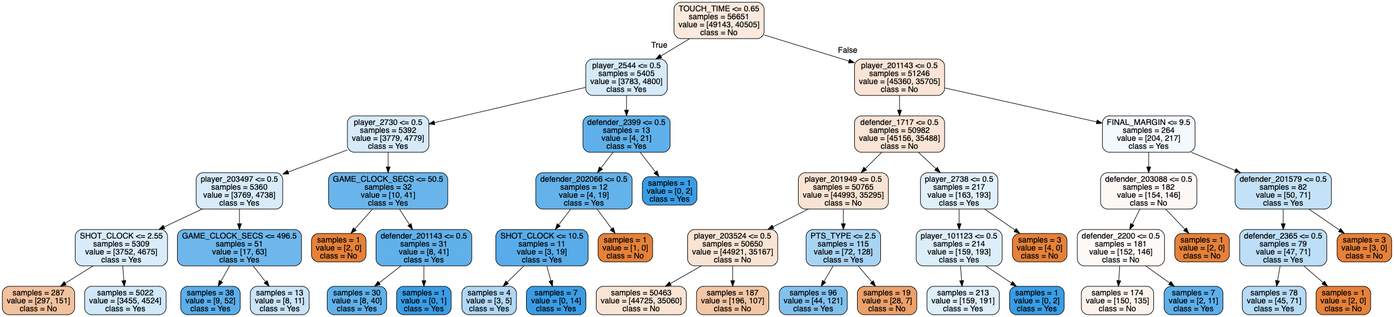
tianyi5309/303project keeps this Graphviz diagram as forest_tree_new8.png. Above is the earlier version. Its source is kept beside it as forest_tree_new8.dot. The source it was exported from:
```dot
digraph Tree {
node [shape=box, style="filled, rounded", color="black", fontname=helvetica] ;
edge [fontname=helvetica] ;
0 [label="TOUCH_TIME <= 0.65\nsamples = 56651\nvalue = [49143, 40505]\nclass = No", fillcolor="#fae9dc"] ;
1 [label="player_2544 <= 0.5\nsamples = 5405\nvalue = [3783, 4800]\nclass = Yes", fillcolor="#d5eaf9"] ;
0 -> 1 [labeldistance=2.5, labelangle=45, headlabel="True"] ;
2 [label="player_2730 <= 0.5\nsamples = 5392\nvalue = [3779, 4779]\nclass = Yes", fillcolor="#d6eafa"] ;
1 -> 2 ;
3 [label="player_203497 <= 0.5\nsamples = 5360\nvalue = [3769, 4738]\nclass = Yes", fillcolor="#d7ebfa"] ;
2 -> 3 ;
4 [label="SHOT_CLOCK <= 2.55\nsamples = 5309\nvalue = [3752, 4675]\nclass = Yes", fillcolor="#d8ecfa"] ;
3 -> 4 ;
5 [label="samples = 287\nvalue = [297, 151]\nclass = No", fillcolor="#f2c19e"] ;
4 -> 5 ;
6 [label="samples = 5022\nvalue = [3455, 4524]\nclass = Yes", fillcolor="#d0e8f9"] ;
4 -> 6 ;
7 [label="GAME_CLOCK_SECS <= 496.5\nsamples = 51\nvalue = [17, 63]\nclass = Yes", fillcolor="#6eb7ec"] ;
3 -> 7 ;
8 [label="samples = 38\nvalue = [9, 52]\nclass = Yes", fillcolor="#5baeea"] ;
7 -> 8 ;
9 [label="samples = 13\nvalue = [8, 11]\nclass = Yes", fillcolor="#c9e4f8"] ;
7 -> 9 ;
10 [label="GAME_CLOCK_SECS <= 50.5\nsamples = 32\nvalue = [10, 41]\nclass = Yes", fillcolor="#69b5eb"] ;
2 -> 10 ;
11 [label="samples = 1\nvalue = [2, 0]\nclass = No", fillcolor="#e58139"] ;
10 -> 11 ;
12 [label="defender_201143 <= 0.5\nsamples = 31\nvalue = [8, 41]\nclass = Yes", fillcolor="#60b0ea"] ;
10 -> 12 ;
13 [label="samples = 30\nvalue = [8, 40]\nclass = Yes", fillcolor="#61b1ea"] ;
12 -> 13 ;
14 [label="samples = 1\nvalue = [0, 1]\nclass = Yes", fillcolor="#399de5"] ;
12 -> 14 ;
15 [label="defender_2399 <= 0.5\nsamples = 13\nvalue = [4, 21]\nclass = Yes", fillcolor="#5fb0ea"] ;
1 -> 15 ;
16 [label="defender_202066 <= 0.5\nsamples = 12\nvalue = [4, 19]\nclass = Yes", fillcolor="#63b2ea"] ;
15 -> 16 ;
17 [label="SHOT_CLOCK <= 10.5\nsamples = 11\nvalue = [3, 19]\nclass = Yes", fillcolor="#58ace9"] ;
16 -> 17 ;
18 [label="samples = 4\nvalue = [3, 5]\nclass = Yes", fillcolor="#b0d8f5"] ;
17 -> 18 ;
19 [label="samples = 7\nvalue = [0, 14]\nclass = Yes", fillcolor="#399de5"] ;
17 -> 19 ;
20 [label="samples = 1\nvalue = [1, 0]\nclass = No", fillcolor="#e58139"] ;
16 -> 20 ;
21 [label="samples = 1\nvalue = [0, 2]\nclass = Yes", fillcolor="#399de5"] ;
15 -> 21 ;
22 [label="player_201143 <= 0.5\nsamples = 51246\nvalue = [45360, 35705]\nclass = No", fillcolor="#f9e4d5"] ;
0 -> 22 [labeldistance=2.5, labelangle=-45, headlabel="False"] ;
23 [label="defender_1717 <= 0.5\nsamples = 50982\nvalue = [45156, 35488]\nclass = No", fillcolor="#f9e4d5"] ;
22 -> 23 ;
24 [label="player_201949 <= 0.5\nsamples = 50765\nvalue = [44993, 35295]\nclass = No", fillcolor="#f9e4d4"] ;
23 -> 24 ;
25 [label="player_203524 <= 0.5\nsamples = 50650\nvalue = [44921, 35167]\nclass = No", fillcolor="#f9e4d4"] ;
24 -> 25 ;
26 [label="samples = 50463\nvalue = [44725, 35060]\nclass = No", fillcolor="#f9e4d4"] ;
25 -> 26 ;
27 [label="samples = 187\nvalue = [196, 107]\nclass = No", fillcolor="#f3c6a5"] ;
25 -> 27 ;
28 [label="PTS_TYPE <= 2.5\nsamples = 115\nvalue = [72, 128]\nclass = Yes", fillcolor="#a8d4f4"] ;
24 -> 28 ;
29 [label="samples = 96\nvalue = [44, 121]\nclass = Yes", fillcolor="#81c1ee"] ;
28 -> 29 ;
30 [label="samples = 19\nvalue = [28, 7]\nclass = No", fillcolor="#eca06a"] ;
28 -> 30 ;
31 [label="player_2738 <= 0.5\nsamples = 217\nvalue = [163, 193]\nclass = Yes", fillcolor="#e0f0fb"] ;
23 -> 31 ;
32 [label="player_101123 <= 0.5\nsamples = 214\nvalue = [159, 193]\nclass = Yes", fillcolor="#dceefa"] ;
31 -> 32 ;
33 [label="samples = 213\nvalue = [159, 191]\nclass = Yes", fillcolor="#deeffb"] ;
32 -> 33 ;
34 [label="samples = 1\nvalue = [0, 2]\nclass = Yes", fillcolor="#399de5"] ;
32 -> 34 ;
35 [label="samples = 3\nvalue = [4, 0]\nclass = No", fillcolor="#e58139"] ;
31 -> 35 ;
36 [label="FINAL_MARGIN <= 9.5\nsamples = 264\nvalue = [204, 217]\nclass = Yes", fillcolor="#f3f9fd"] ;
22 -> 36 ;
37 [label="defender_203088 <= 0.5\nsamples = 182\nvalue = [154, 146]\nclass = No", fillcolor="#fef8f5"] ;
36 -> 37 ;
38 [label="defender_2200 <= 0.5\nsamples = 181\nvalue = [152, 146]\nclass = No", fillcolor="#fefaf7"] ;
37 -> 38 ;
39 [label="samples = 174\nvalue = [150, 135]\nclass = No", fillcolor="#fcf2eb"] ;
38 -> 39 ;
40 [label="samples = 7\nvalue = [2, 11]\nclass = Yes", fillcolor="#5dafea"] ;
38 -> 40 ;
41 [label="samples = 1\nvalue = [2, 0]\nclass = No", fillcolor="#e58139"] ;
37 -> 41 ;
42 [label="defender_201579 <= 0.5\nsamples = 82\nvalue = [50, 71]\nclass = Yes", fillcolor="#c4e2f7"] ;
36 -> 42 ;
43 [label="defender_2365 <= 0.5\nsamples = 79\nvalue = [47, 71]\nclass = Yes", fillcolor="#bcdef6"] ;
42 -> 43 ;
44 [label="samples = 78\nvalue = [45, 71]\nclass = Yes", fillcolor="#b6dbf5"] ;
43 -> 44 ;
45 [label="samples = 1\nvalue = [2, 0]\nclass = No", fillcolor="#e58139"] ;
43 -> 45 ;
46 [label="samples = 3\nvalue = [3, 0]\nclass = No", fillcolor="#e58139"] ;
42 -> 46 ;
}
```
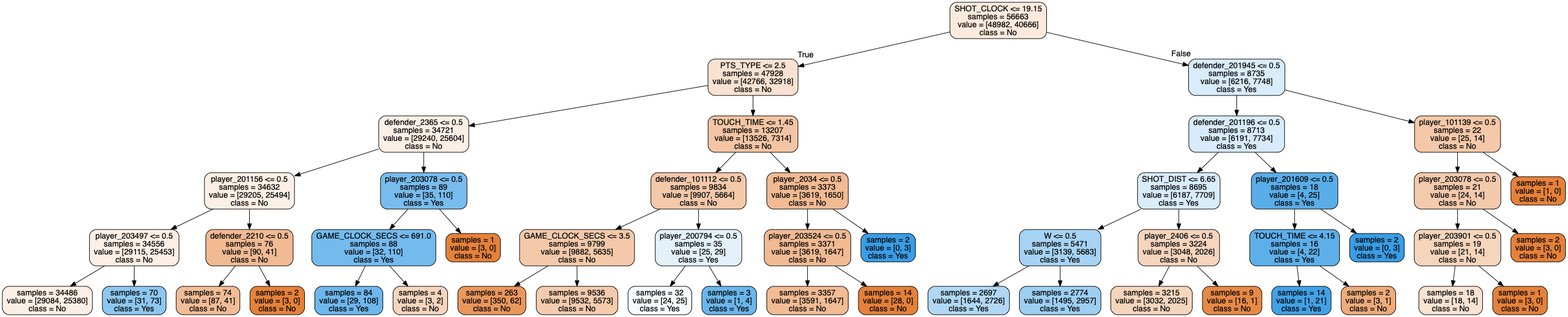
After the change.

What changed in the source:
```diff
@@ -1,97 +1,101 @@
 digraph Tree {
 node [shape=box, style="filled, rounded", color="black", fontname=helvetica] ;
 edge [fontname=helvetica] ;
-0 [label="TOUCH_TIME <= 0.65\nsamples = 56651\nvalue = [49143, 40505]\nclass = No", fillcolor="#fae9dc"] ;
-1 [label="player_2544 <= 0.5\nsamples = 5405\nvalue = [3783, 4800]\nclass = Yes", fillcolor="#d5eaf9"] ;
+0 [label="SHOT_CLOCK <= 19.15\nsamples = 56663\nvalue = [48982, 40666]\nclass = No", fillcolor="#fbeadd"] ;
+1 [label="PTS_TYPE <= 2.5\nsamples = 47928\nvalue = [42766, 32918]\nclass = No", fillcolor="#f9e2d1"] ;
 0 -> 1 [labeldistance=2.5, labelangle=45, headlabel="True"] ;
-2 [label="player_2730 <= 0.5\nsamples = 5392\nvalue = [3779, 4779]\nclass = Yes", fillcolor="#d6eafa"] ;
+2 [label="defender_2365 <= 0.5\nsamples = 34721\nvalue = [29240, 25604]\nclass = No", fillcolor="#fcefe6"] ;
 1 -> 2 ;
-3 [label="player_203497 <= 0.5\nsamples = 5360\nvalue = [3769, 4738]\nclass = Yes", fillcolor="#d7ebfa"] ;
+3 [label="player_201156 <= 0.5\nsamples = 34632\nvalue = [29205, 25494]\nclass = No", fillcolor="#fcefe6"] ;
 2 -> 3 ;
-4 [label="SHOT_CLOCK <= 2.55\nsamples = 5309\nvalue = [3752, 4675]\nclass = Yes", fillcolor="#d8ecfa"] ;
+4 [label="player_203497 <= 0.5\nsamples = 34556\nvalue = [29115, 25453]\nclass = No", fillcolor="#fcefe6"] ;
 3 -> 4 ;
-5 [label="samples = 287\nvalue = [297, 151]\nclass = No", fillcolor="#f2c19e"] ;
+5 [label="samples = 34486\nvalue = [29084, 25380]\nclass = No", fillcolor="#fcefe6"] ;
 4 -> 5 ;
-6 [label="samples = 5022\nvalue = [3455, 4524]\nclass = Yes", fillcolor="#d0e8f9"] ;
+6 [label="samples = 70\nvalue = [31, 73]\nclass = Yes", fillcolor="#8dc7f0"] ;
 4 -> 6 ;
-7 [label="GAME_CLOCK_SECS <= 496.5\nsamples = 51\nvalue = [17, 63]\nclass = Yes", fillcolor="#6eb7ec"] ;
+7 [label="defender_2210 <= 0.5\nsamples = 76\nvalue = [90, 41]\nclass = No", fillcolor="#f1ba93"] ;
 3 -> 7 ;
-8 [label="samples = 38\nvalue = [9, 52]\nclass = Yes", fillcolor="#5baeea"] ;
+8 [label="samples = 74\nvalue = [87, 41]\nclass = No", fillcolor="#f1bc96"] ;
 7 -> 8 ;
-9 [label="samples = 13\nvalue = [8, 11]\nclass = Yes", fillcolor="#c9e4f8"] ;
+9 [label="samples = 2\nvalue = [3, 0]\nclass = No", fillcolor="#e58139"] ;
 7 -> 9 ;
-10 [label="GAME_CLOCK_SECS <= 50.5\nsamples = 32\nvalue = [10, 41]\nclass = Yes", fillcolor="#69b5eb"] ;
+10 [label="player_203078 <= 0.5\nsamples = 89\nvalue = [35, 110]\nclass = Yes", fillcolor="#78bced"] ;
 2 -> 10 ;
-11 [label="samples = 1\nvalue = [2, 0]\nclass = No", fillcolor="#e58139"] ;
+11 [label="GAME_CLOCK_SECS <= 691.0\nsamples = 88\nvalue = [32, 110]\nclass = Yes", fillcolor="#73baed"] ;
 10 -> 11 ;
-12 [label="defender_201143 <= 0.5\nsamples = 31\nvalue = [8, 41]\nclass = Yes", fillcolor="#60b0ea"] ;
-10 -> 12 ;
-13 [label="samples = 30\nvalue = [8, 40]\nclass = Yes", fillcolor="#61b1ea"] ;
-12 -> 13 ;
-14 [label="samples = 1\nvalue = [0, 1]\nclass = Yes", fillcolor="#399de5"] ;
-12 -> 14 ;
-15 [label="defender_2399 <= 0.5\nsamples = 13\nvalue = [4, 21]\nclass = Yes", fillcolor="#5fb0ea"] ;
+12 [label="samples = 84\nvalue = [29, 108]\nclass = Yes", fillcolor="#6eb7ec"] ;
+11 -> 12 ;
+13 [label="samples = 4\nvalue = [3, 2]\nclass = No", fillcolor="#f6d5bd"] ;
+11 -> 13 ;
+14 [label="samples = 1\nvalue = [3, 0]\nclass = No", fillcolor="#e58139"] ;
+10 -> 14 ;
+15 [label="TOUCH_TIME <= 1.45\nsamples = 13207\nvalue = [13526, 7314]\nclass = No", fillcolor="#f3c5a4"] ;
 1 -> 15 ;
-16 [label="defender_202066 <= 0.5\nsamples = 12\nvalue = [4, 19]\nclass = Yes", fillcolor="#63b2ea"] ;
+16 [label="defender_101112 <= 0.5\nsamples = 9834\nvalue = [9907, 5664]\nclass = No", fillcolor="#f4c9aa"] ;
 15 -> 16 ;
-17 [label="SHOT_CLOCK <= 10.5\nsamples = 11\nvalue = [3, 19]\nclass = Yes", fillcolor="#58ace9"] ;
+17 [label="GAME_CLOCK_SECS <= 3.5\nsamples = 9799\nvalue = [9882, 5635]\nclass = No", fillcolor="#f4c9aa"] ;
 16 -> 17 ;
-18 [label="samples = 4\nvalue = [3, 5]\nclass = Yes", fillcolor="#b0d8f5"] ;
+18 [label="samples = 263\nvalue = [350, 62]\nclass = No", fillcolor="#ea975c"] ;
 17 -> 18 ;
-19 [label="samples = 7\nvalue = [0, 14]\nclass = Yes", fillcolor="#399de5"] ;
+19 [label="samples = 9536\nvalue = [9532, 5573]\nclass = No", fillcolor="#f4cbad"] ;
 17 -> 19 ;
-20 [label="samples = 1\nvalue = [1, 0]\nclass = No", fillcolor="#e58139"] ;
+20 [label="player_200794 <= 0.5\nsamples = 35\nvalue = [25, 29]\nclass = Yes", fillcolor="#e4f1fb"] ;
 16 -> 20 ;
-21 [label="samples = 1\nvalue = [0, 2]\nclass = Yes", fillcolor="#399de5"] ;
-15 -> 21 ;
-22 [label="player_201143 <= 0.5\nsamples = 51246\nvalue = [45360, 35705]\nclass = No", fillcolor="#f9e4d5"] ;
-0 -> 22 [labeldistance=2.5, labelangle=-45, headlabel="False"] ;
-23 [label="defender_1717 <= 0.5\nsamples = 50982\nvalue = [45156, 35488]\nclass = No", fillcolor="#f9e4d5"] ;
-22 -> 23 ;
-24 [label="player_201949 <= 0.5\nsamples = 50765\nvalue = [44993, 35295]\nclass = No", fillcolor="#f9e4d4"] ;
+21 [label="samples = 32\nvalue = [24, 25]\nclass = Yes", fillcolor="#f7fbfe"] ;
+20 -> 21 ;
+22 [label="samples = 3\nvalue = [1, 4]\nclass = Yes", fillcolor="#6ab6ec"] ;
+20 -> 22 ;
+23 [label="player_2034 <= 0.5\nsamples = 3373\nvalue = [3619, 1650]\nclass = No", fillcolor="#f1ba93"] ;
+15 -> 23 ;
+24 [label="player_203524 <= 0.5\nsamples = 3371\nvalue = [3619, 1647]\nclass = No", fillcolor="#f1ba93"] ;
 23 -> 24 ;
-25 [label="player_203524 <= 0.5\nsamples = 50650\nvalue = [44921, 35167]\nclass = No", fillcolor="#f9e4d4"] ;
+25 [label="samples = 3357\nvalue = [3591, 1647]\nclass = No", fillcolor="#f1bb94"] ;
 24 -> 25 ;
-26 [label="samples = 50463\nvalue = [44725, 35060]\nclass = No", fillcolor="#f9e4d4"] ;
-25 -> 26 ;
-27 [label="samples = 187\nvalue = [196, 107]\nclass = No", fillcolor="#f3c6a5"] ;
-25 -> 27 ;
-28 [label="PTS_TYPE <= 2.5\nsamples = 115\nvalue = [72, 128]\nclass = Yes", fillcolor="#a8d4f4"] ;
-24 -> 28 ;
-29 [label="samples = 96\nvalue = [44, 121]\nclass = Yes", fillcolor="#81c1ee"] ;
+26 [label="samples = 14\nvalue = [28, 0]\nclass = No", fillcolor="#e58139"] ;
+24 -> 26 ;
+27 [label="samples = 2\nvalue = [0, 3]\nclass = Yes", fillcolor="#399de5"] ;
+23 -> 27 ;
+28 [label="defender_201945 <= 0.5\nsamples = 8735\nvalue = [6216, 7748]\nclass = Yes", fillcolor="#d8ecfa"] ;
+0 -> 28 [labeldistance=2.5, labelangle=-45, headlabel="False"] ;
+29 [label="defender_201196 <= 0.5\nsamples = 8713\nvalue = [6191, 7734]\nclass = Yes", fillcolor="#d7ebfa"] ;
 28 -> 29 ;
-30 [label="samples = 19\nvalue = [28, 7]\nclass = No", fillcolor="#eca06a"] ;
-28 -> 30 ;
-31 [label="player_2738 <= 0.5\nsamples = 217\nvalue = [163, 193]\nclass = Yes", fillcolor="#e0f0fb"] ;
-23 -> 31 ;
-32 [label="player_101123 <= 0.5\nsamples = 214\nvalue = [159, 193]\nclass = Yes", fillcolor="#dceefa"] ;
+30 [label="SHOT_DIST <= 6.65\nsamples = 8695\nvalue = [6187, 7709]\nclass = Yes", fillcolor="#d8ecfa"] ;
+29 -> 30 ;
+31 [label="W <= 0.5\nsamples = 5471\nvalue = [3139, 5683]\nclass = Yes", fillcolor="#a6d3f3"] ;
+30 -> 31 ;
+32 [label="samples = 2697\nvalue = [1644, 2726]\nclass = Yes", fillcolor="#b0d8f5"] ;
 31 -> 32 ;
-33 [label="samples = 213\nvalue = [159, 191]\nclass = Yes", fillcolor="#deeffb"] ;
-32 -> 33 ;
-34 [label="samples = 1\nvalue = [0, 2]\nclass = Yes", fillcolor="#399de5"] ;
-32 -> 34 ;
-35 [label="samples = 3\nvalue = [4, 0]\nclass = No", fillcolor="#e58139"] ;
-31 -> 35 ;
-36 [label="FINAL_MARGIN <= 9.5\nsamples = 264\nvalue = [204, 217]\nclass = Yes", fillcolor="#f3f9fd"] ;
-22 -> 36 ;
-37 [label="defender_203088 <= 0.5\nsamples = 182\nvalue = [154, 146]\nclass = No", fillcolor="#fef8f5"] ;
-36 -> 37 ;
-38 [label="defender_2200 <= 0.5\nsamples = 181\nvalue = [152, 146]\nclass = No", fillcolor="#fefaf7"] ;
+33 [label="samples = 2774\nvalue = [1495, 2957]\nclass = Yes", fillcolor="#9dcff2"] ;
+31 -> 33 ;
+34 [label="player_2406 <= 0.5\nsamples = 3224\nvalue = [3048, 2026]\nclass = No", fillcolor="#f6d5bd"] ;
+30 -> 34 ;
+35 [label="samples = 3215\nvalue = [3032, 2025]\nclass = No", fillcolor="#f6d5bd"] ;
+34 -> 35 ;
+36 [label="samples = 9\nvalue = [16, 1]\nclass = No", fillcolor="#e78945"] ;
+34 -> 36 ;
+37 [label="player_201609 <= 0.5\nsamples = 18\nvalue = [4, 25]\nclass = Yes", fillcolor="#59ade9"] ;
+29 -> 37 ;
+38 [label="TOUCH_TIME <= 4.15\nsamples = 16\nvalue = [4, 22]\nclass = Yes", fillcolor="#5dafea"] ;
 37 -> 38 ;
-39 [label="samples = 174\nvalue = [150, 135]\nclass = No", fillcolor="#fcf2eb"] ;
+39 [label="samples = 14\nvalue = [1, 21]\nclass = Yes", fillcolor="#42a2e6"] ;
 38 -> 39 ;
-40 [label="samples = 7\nvalue = [2, 11]\nclass = Yes", fillcolor="#5dafea"] ;
+40 [label="samples = 2\nvalue = [3, 1]\nclass = No", fillcolor="#eeab7b"] ;
 38 -> 40 ;
-41 [label="samples = 1\nvalue = [2, 0]\nclass = No", fillcolor="#e58139"] ;
+41 [label="samples = 2\nvalue = [0, 3]\nclass = Yes", fillcolor="#399de5"] ;
 37 -> 41 ;
-42 [label="defender_201579 <= 0.5\nsamples = 82\nvalue = [50, 71]\nclass = Yes", fillcolor="#c4e2f7"] ;
-36 -> 42 ;
-43 [label="defender_2365 <= 0.5\nsamples = 79\nvalue = [47, 71]\nclass = Yes", fillcolor="#bcdef6"] ;
+42 [label="player_101139 <= 0.5\nsamples = 22\nvalue = [25, 14]\nclass = No", fillcolor="#f4c8a8"] ;
+28 -> 42 ;
+43 [label="player_203078 <= 0.5\nsamples = 21\nvalue = [24, 14]\nclass = No", fillcolor="#f4caac"] ;
 42 -> 43 ;
-44 [label="samples = 78\nvalue = [45, 71]\nclass = Yes", fillcolor="#b6dbf5"] ;
+44 [label="player_203901 <= 0.5\nsamples = 19\nvalue = [21, 14]\nclass = No", fillcolor="#f6d5bd"] ;
 43 -> 44 ;
-45 [label="samples = 1\nvalue = [2, 0]\nclass = No", fillcolor="#e58139"] ;
-43 -> 45 ;
-46 [label="samples = 3\nvalue = [3, 0]\nclass = No", fillcolor="#e58139"] ;
-42 -> 46 ;
+45 [label="samples = 18\nvalue = [18, 14]\nclass = No", fillcolor="#f9e3d3"] ;
+44 -> 45 ;
+46 [label="samples = 1\nvalue = [3, 0]\nclass = No", fillcolor="#e58139"] ;
+44 -> 46 ;
+47 [label="samples = 2\nvalue = [3, 0]\nclass = No", fillcolor="#e58139"] ;
+43 -> 47 ;
+48 [label="samples = 1\nvalue = [1, 0]\nclass = No", fillcolor="#e58139"] ;
+42 -> 48 ;
 }
```
